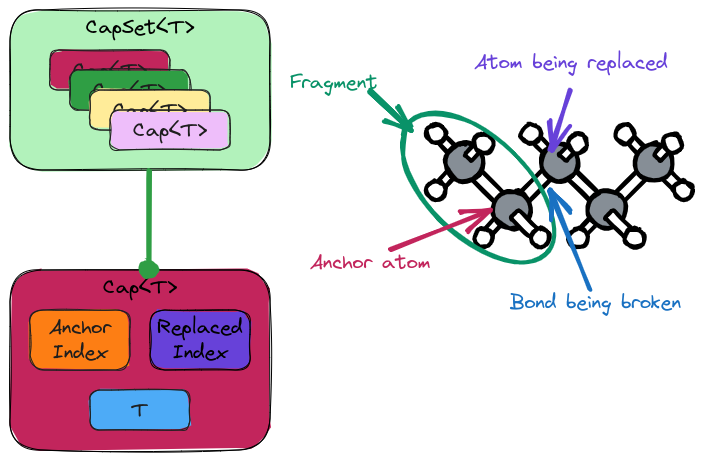
Above: docs/source/developer/design/chemistry/fragmenting/assets/caps.png in NWChemEx/Chemist (Excalidraw), before the change. Source tidied: one line per element, renumbered; positions are measured from the earlier drawing's top-left corner, leaving out a move shared by most shapes.
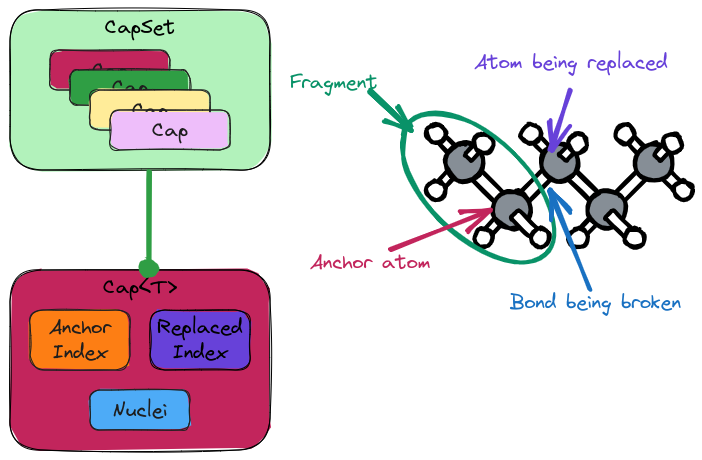
The same diagram one commit later.

The edit, as a diff of the source:
```diff
@@ -43,19 +43,19 @@
 {"id": 42, "type": "rectangle", "strokeColor": "#000000", "backgroundColor": "#c2255c", "fillStyle": "solid", "strokeWidth": 1, "roughness": 1, "round": true, "x": 0, "y": 260, "width": 260, "height": 180}
 {"id": 43, "type": "text", "text": "Cap<T>", "strokeColor": "#000000", "strokeWidth": 1, "roughness": 1, "fontSize": 20, "fontFamily": 1, "textAlign": "center", "inside": 42, "x": 93, "y": 265, "width": 74, "height": 25}
 {"id": 44, "type": "rectangle", "strokeColor": "#1e1e1e", "backgroundColor": "#4dabf7", "fillStyle": "solid", "strokeWidth": 1, "roughness": 1, "round": true, "x": 80, "y": 380, "width": 100, "height": 40}
-{"id": 45, "type": "text", "text": "T", "strokeColor": "#1e1e1e", "strokeWidth": 1, "roughness": 1, "fontSize": 20, "fontFamily": 1, "textAlign": "center", "verticalAlign": "middle", "inside": 44, "x": 122, "y": 388, "width": 16, "height": 25}
+{"id": 45, "type": "text", "text": "Nuclei", "strokeColor": "#1e1e1e", "strokeWidth": 1, "roughness": 1, "fontSize": 20, "fontFamily": 1, "textAlign": "center", "verticalAlign": "middle", "inside": 44, "x": 103, "y": 388, "width": 55, "height": 25}
 {"id": 46, "type": "rectangle", "strokeColor": "#1e1e1e", "backgroundColor": "#fd7e14", "fillStyle": "solid", "strokeWidth": 1, "roughness": 1, "round": true, "x": 20, "y": 300, "width": 100, "height": 60}
 {"id": 47, "type": "text", "text": "Anchor\nIndex", "strokeColor": "#1e1e1e", "strokeWidth": 1, "roughness": 1, "fontSize": 20, "fontFamily": 1, "textAlign": "center", "verticalAlign": "middle", "inside": 46, "x": 39, "y": 305, "width": 62, "height": 50}
 {"id": 48, "type": "rectangle", "strokeColor": "#000000", "backgroundColor": "#6741d9", "fillStyle": "solid", "strokeWidth": 1, "roughness": 1, "round": true, "x": 140, "y": 300, "width": 100, "height": 60}
 {"id": 49, "type": "text", "text": "Replaced\nIndex", "strokeColor": "#000000", "strokeWidth": 1, "roughness": 1, "fontSize": 20, "fontFamily": 1, "textAlign": "center", "verticalAlign": "middle", "inside": 48, "x": 147, "y": 305, "width": 85, "height": 50}
 {"id": 50, "type": "rectangle", "strokeColor": "#000000", "backgroundColor": "#b2f2bb", "fillStyle": "solid", "strokeWidth": 1, "roughness": 1, "round": true, "x": 0, "y": 0, "width": 260, "height": 160}
-{"id": 51, "type": "text", "text": "CapSet<T>", "strokeColor": "#000000", "strokeWidth": 1, "roughness": 1, "fontSize": 20, "fontFamily": 1, "textAlign": "center", "inside": 50, "x": 76, "y": 5, "width": 108, "height": 25}
+{"id": 51, "type": "text", "text": "CapSet", "strokeColor": "#000000", "strokeWidth": 1, "roughness": 1, "fontSize": 20, "fontFamily": 1, "textAlign": "center", "inside": 50, "x": 95, "y": 5, "width": 70, "height": 25}
 {"id": 52, "type": "rectangle", "strokeColor": "#1e1e1e", "backgroundColor": "#c2255c", "fillStyle": "solid", "strokeWidth": 1, "roughness": 1, "round": true, "x": 40, "y": 40, "width": 120, "height": 40}
-{"id": 53, "type": "text", "text": "Cap<T>", "strokeColor": "#1e1e1e", "strokeWidth": 1, "roughness": 1, "fontSize": 20, "fontFamily": 1, "textAlign": "center", "verticalAlign": "middle", "inside": 52, "x": 63, "y": 48, "width": 74, "height": 25}
+{"id": 53, "type": "text", "text": "Cap", "strokeColor": "#1e1e1e", "strokeWidth": 1, "roughness": 1, "fontSize": 20, "fontFamily": 1, "textAlign": "center", "verticalAlign": "middle", "inside": 52, "x": 82, "y": 48, "width": 36, "height": 25}
-{"id": 54, "type": "rectangle", "strokeColor": "#1e1e1e", "backgroundColor": "#2f9e44", "fillStyle": "solid", "strokeWidth": 1, "roughness": 1, "round": true, "x": 60, "y": 60, "width": 120, "height": 40}
+{"id": 54, "type": "rectangle", "strokeColor": "#1e1e1e", "backgroundColor": "#2f9e44", "fillStyle": "solid", "strokeWidth": 1, "roughness": 1, "round": true, "x": 60, "y": 60, "width": 120, "height": 35}
-{"id": 55, "type": "text", "text": "Cap<T>", "strokeColor": "#1e1e1e", "strokeWidth": 1, "roughness": 1, "fontSize": 20, "fontFamily": 1, "textAlign": "center", "verticalAlign": "middle", "inside": 54, "x": 83, "y": 68, "width": 74, "height": 25}
+{"id": 55, "type": "text", "text": "Cap", "strokeColor": "#1e1e1e", "strokeWidth": 1, "roughness": 1, "fontSize": 20, "fontFamily": 1, "textAlign": "center", "verticalAlign": "middle", "inside": 54, "x": 102, "y": 65, "width": 36, "height": 25}
 {"id": 56, "type": "rectangle", "strokeColor": "#1e1e1e", "backgroundColor": "#ffec99", "fillStyle": "solid", "strokeWidth": 1, "roughness": 1, "round": true, "x": 80, "y": 80, "width": 120, "height": 40}
-{"id": 57, "type": "text", "text": "Cap<T>", "strokeColor": "#1e1e1e", "strokeWidth": 1, "roughness": 1, "fontSize": 20, "fontFamily": 1, "textAlign": "center", "verticalAlign": "middle", "inside": 56, "x": 103, "y": 88, "width": 74, "height": 25}
+{"id": 57, "type": "text", "text": "Cap", "strokeColor": "#1e1e1e", "strokeWidth": 1, "roughness": 1, "fontSize": 20, "fontFamily": 1, "textAlign": "center", "verticalAlign": "middle", "inside": 56, "x": 122, "y": 88, "width": 36, "height": 25}
 {"id": 58, "type": "rectangle", "strokeColor": "#1e1e1e", "backgroundColor": "#eebefa", "fillStyle": "solid", "strokeWidth": 1, "roughness": 1, "round": true, "x": 100, "y": 100, "width": 120, "height": 40}
-{"id": 59, "type": "text", "text": "Cap<T>", "strokeColor": "#1e1e1e", "strokeWidth": 1, "roughness": 1, "fontSize": 20, "fontFamily": 1, "textAlign": "center", "verticalAlign": "middle", "inside": 58, "x": 123, "y": 108, "width": 74, "height": 25}
+{"id": 59, "type": "text", "text": "Cap", "strokeColor": "#1e1e1e", "strokeWidth": 1, "roughness": 1, "fontSize": 20, "fontFamily": 1, "textAlign": "center", "verticalAlign": "middle", "inside": 58, "x": 142, "y": 108, "width": 36, "height": 25}
-{"id": 60, "type": "arrow", "strokeColor": "#2f9e44", "backgroundColor": "#b2f2bb", "fillStyle": "solid", "strokeWidth": 4, "roughness": 1, "endArrowhead": "dot", "round": true, "from": 50, "to": 42, "x": 140, "y": 160, "width": 0, "height": 100, "points": [[0, 0], [0, 100]]}
+{"id": 60, "type": "arrow", "strokeColor": "#2f9e44", "backgroundColor": "#b2f2bb", "fillStyle": "solid", "strokeWidth": 4, "roughness": 1, "endArrowhead": "dot", "round": true, "from": 50, "to": 42, "x": 140, "y": 161, "width": 0, "height": 98, "points": [[0, 0], [0, 98]]}
```
